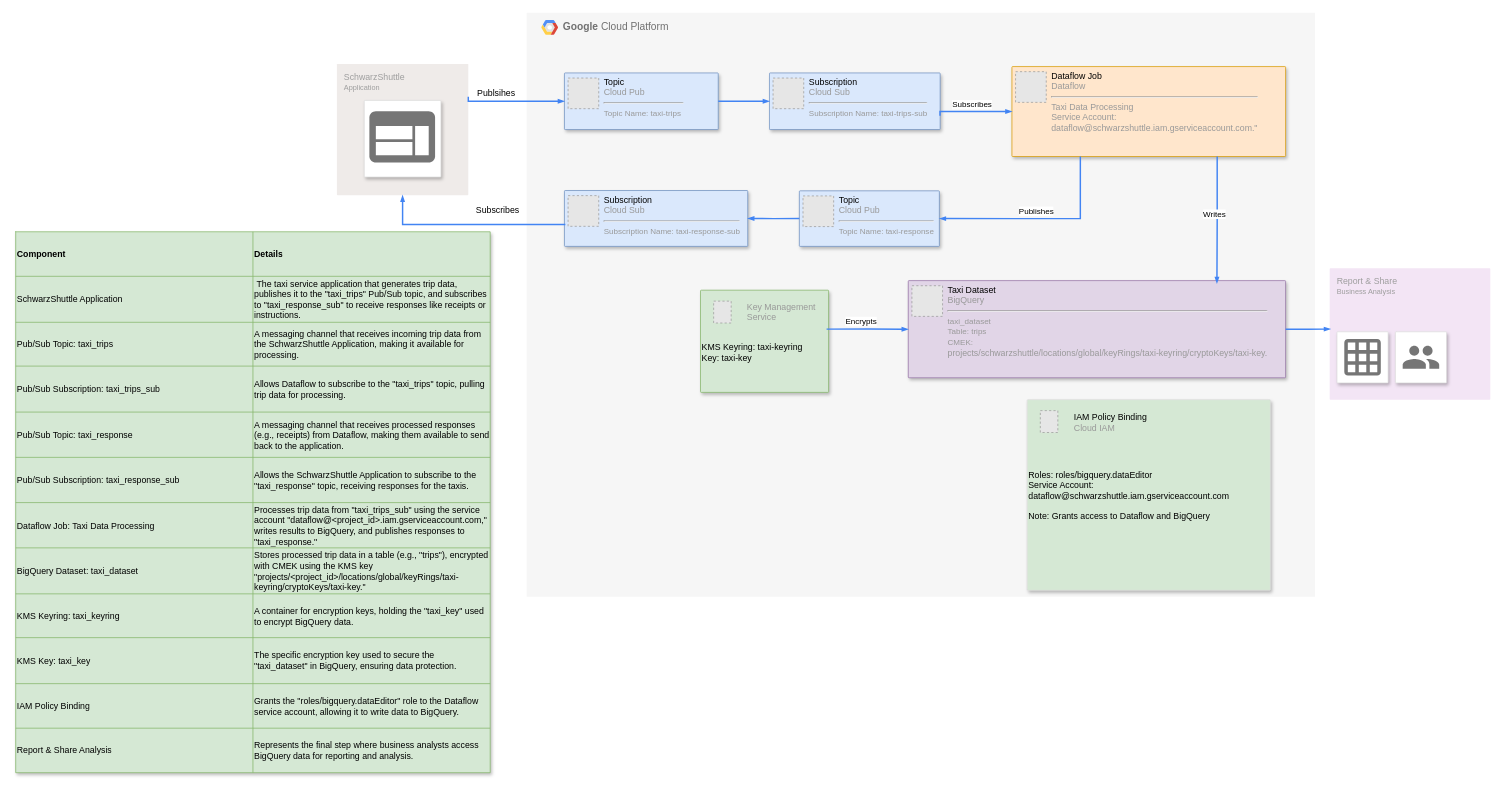
The draw.io diagram page "LOW LEVEL" (2 of 3) of GCP Architecture.drawio in schwarzshuttle-project/taxi-gcp-architecture, before the edit. Source tidied: cells renumbered, new cells numbered last; positions are measured from the earlier drawing's top-left corner, leaving out a move shared by most shapes. Both pictures are drawn from the tidied source at 73%, with x=0, y=0 at pixel (15, 12). Pictures stored in the file or linked from it are replaced by grey dashed boxes.
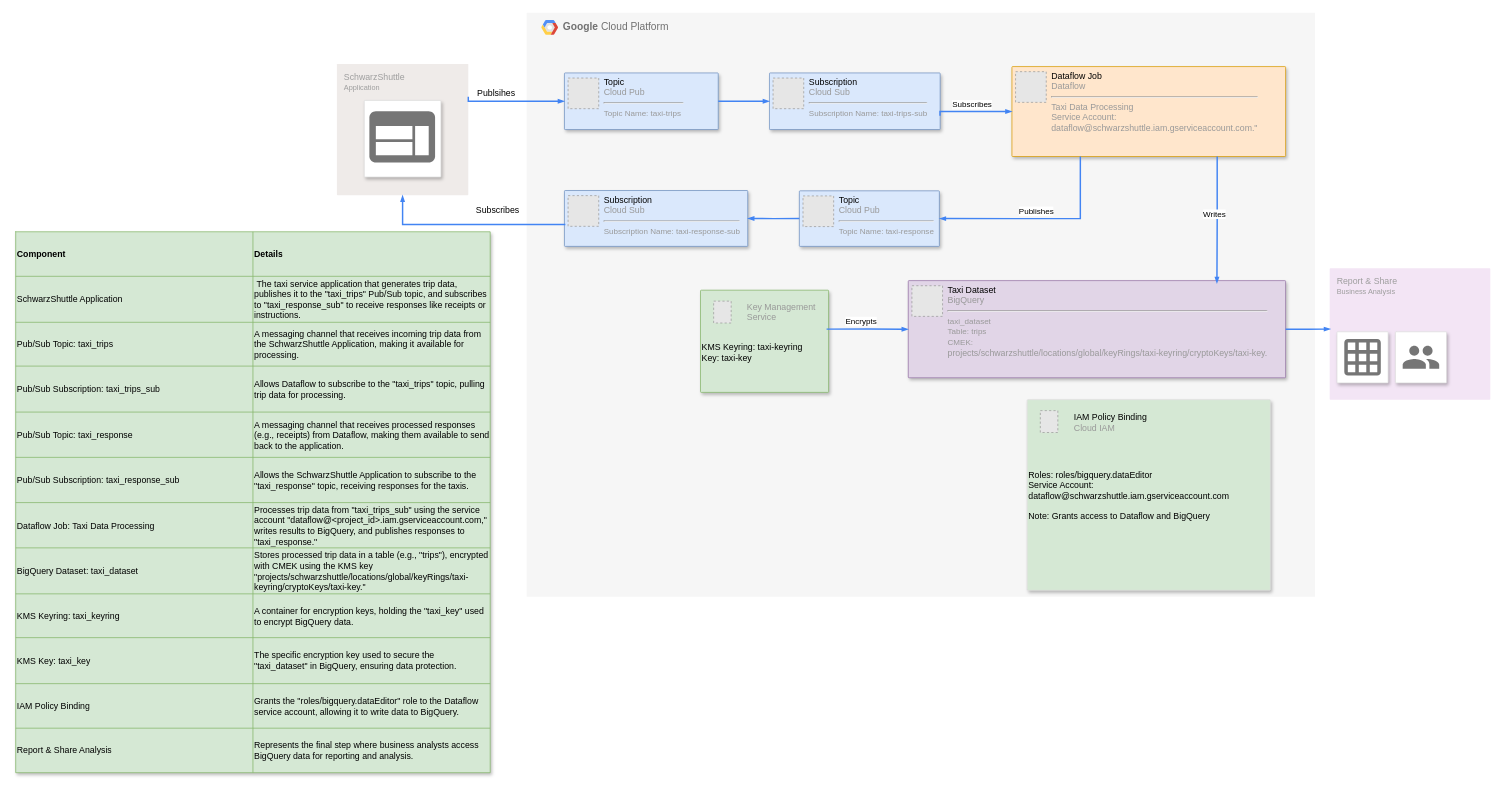
After the change.

The change refers to these unchanged cells:
```xml
<mxCell id="65" style="shape=tableRow;horizontal=0;startSize=0;swimlaneHead=0;swimlaneBody=0;strokeColor=inherit;top=0;left=0;bottom=0;right=0;fillColor=none;rounded=1;shadow=1;strokeWidth=1;align=center;verticalAlign=middle;spacingBottom=-1;arcSize=2;fontFamily=Helvetica;fontSize=12;fontColor=default;" parent="43" vertex="1">
  <mxGeometry y="433" width="650" height="63" as="geometry" />
</mxCell>
```

Change to the diagram source:
```diff
@@
-    <mxCell id="67" value="&lt;div&gt;Stores processed trip data in a table (e.g., &quot;trips&quot;), encrypted with CMEK using the KMS key &quot;projects/&amp;lt;project_id&amp;gt;/locations/global/keyRings/taxi-keyring/cryptoKeys/taxi-key.&quot;&lt;/div&gt;" style="shape=partialRectangle;html=1;whiteSpace=wrap;strokeColor=inherit;overflow=hidden;fillColor=none;top=0;left=0;bottom=0;right=0;rounded=1;shadow=1;strokeWidth=1;align=left;verticalAlign=middle;spacingBottom=-1;arcSize=2;fontFamily=Helvetica;fontSize=12;fontColor=default;" parent="65" vertex="1">
+    <mxCell id="67" value="&lt;div&gt;Stores processed trip data in a table (e.g., &quot;trips&quot;), encrypted with CMEK using the KMS key &quot;projects/schwarzshuttle/locations/global/keyRings/taxi-keyring/cryptoKeys/taxi-key.&quot;&lt;/div&gt;" style="shape=partialRectangle;html=1;whiteSpace=wrap;strokeColor=inherit;overflow=hidden;fillColor=none;top=0;left=0;bottom=0;right=0;rounded=1;shadow=1;strokeWidth=1;align=left;verticalAlign=middle;spacingBottom=-1;arcSize=2;fontFamily=Helvetica;fontSize=12;fontColor=default;" parent="65" vertex="1">
       <mxGeometry x="325" width="325" height="63" as="geometry" />
     </mxCell>
```
